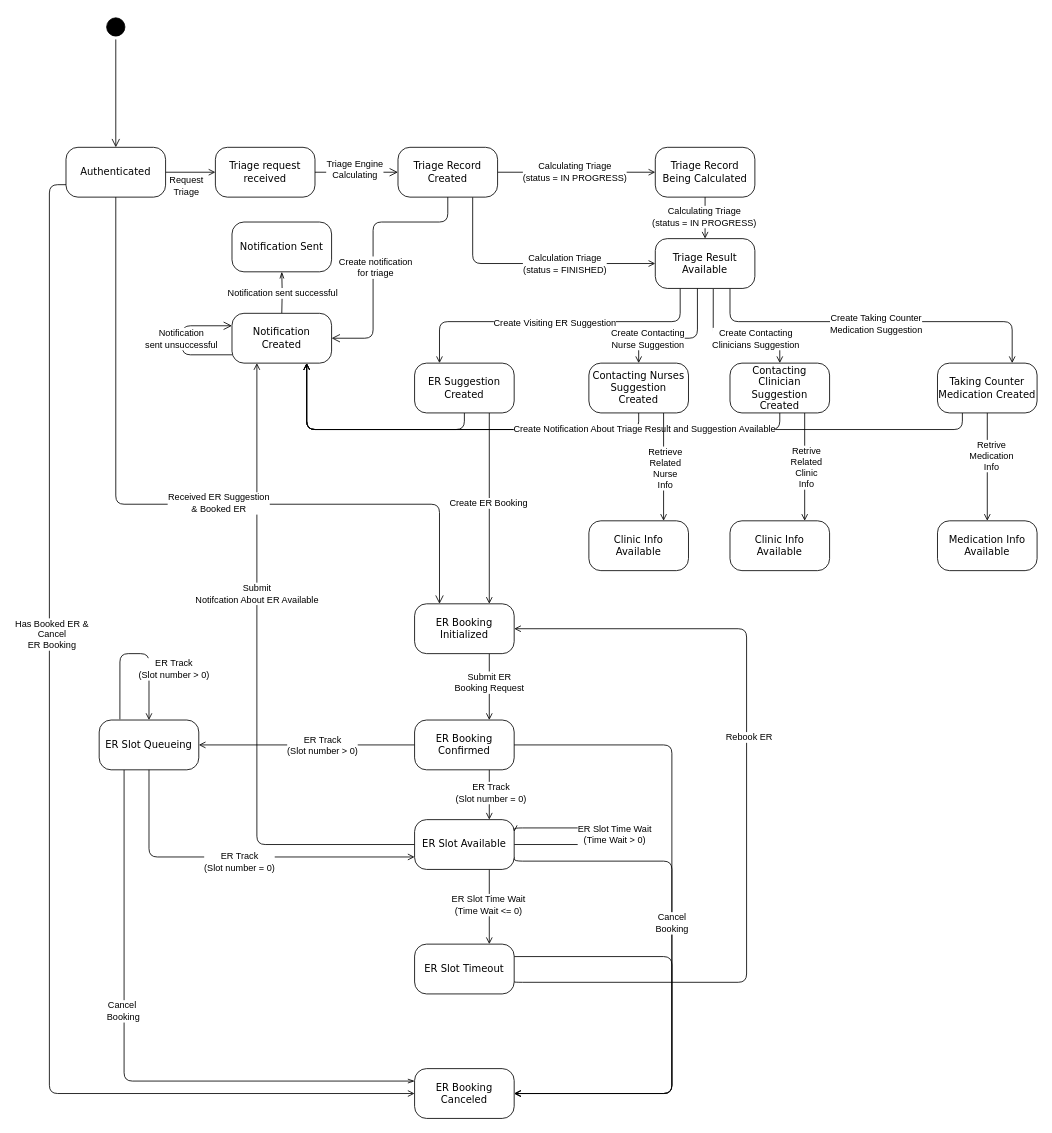
Earlier version of the draw.io diagram Diagrams/state_diagram_health_svc.drawio (uvic-teach/project-m1-team8). Source tidied: cells renumbered, new cells numbered last; positions are measured from the earlier drawing's top-left corner, leaving out a move shared by most shapes. Both pictures are drawn from the tidied source at 83%, with x=0, y=0 at pixel (66, 14).
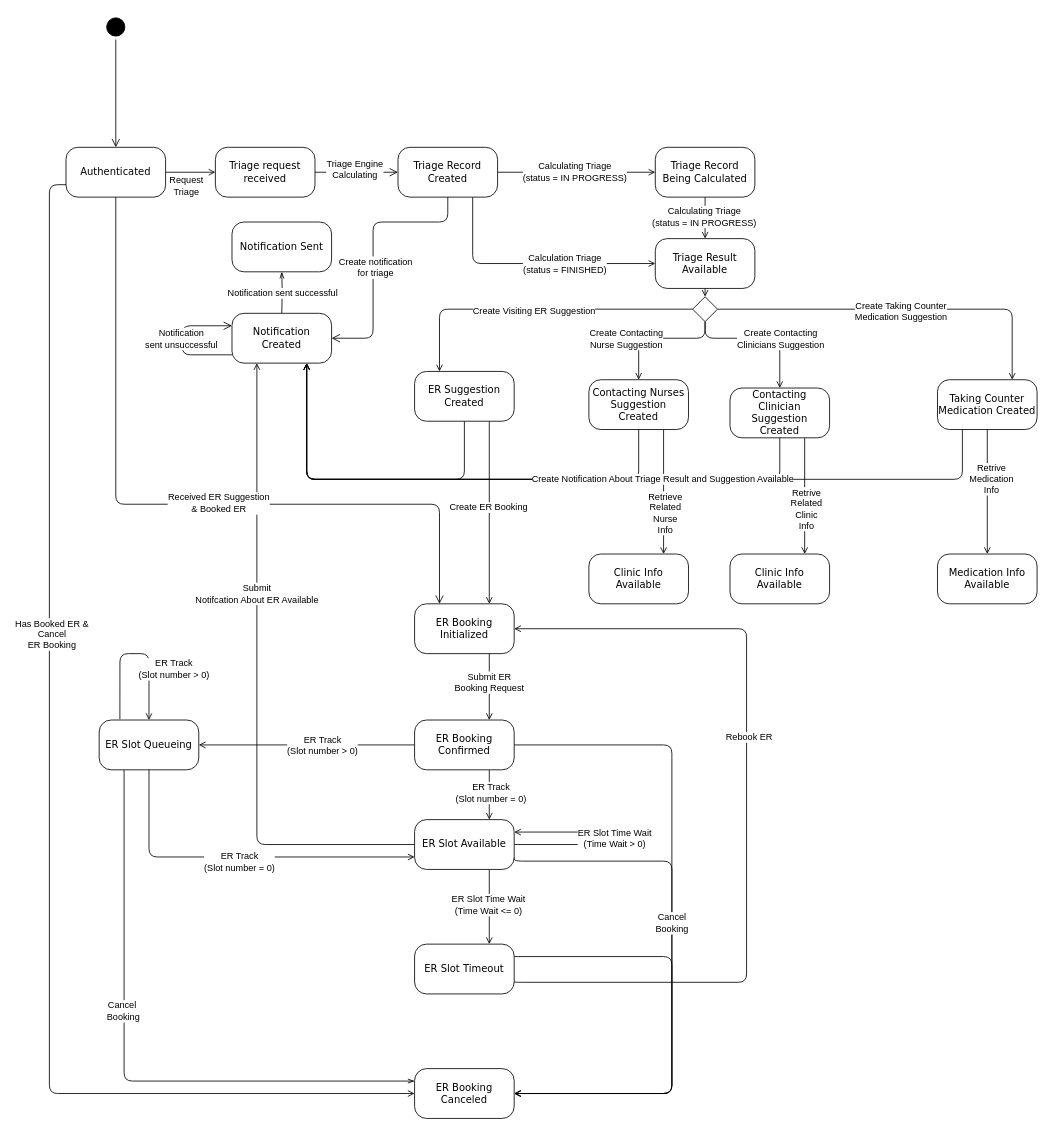
The same page after the edit.

Unchanged cells that the change refers to:
```xml
<mxCell id="5" value="Notification Created" style="rounded=1;whiteSpace=wrap;html=1;arcSize=24;shadow=0;comic=0;labelBackgroundColor=none;fontFamily=Verdana;fontSize=12;align=center;" parent="1" vertex="1">
  <mxGeometry x="200" y="360" width="120" height="60" as="geometry" />
</mxCell>
<mxCell id="20" value="&lt;div&gt;Triage Result&lt;/div&gt;&lt;div&gt;Available&lt;br&gt;&lt;/div&gt;" style="rounded=1;whiteSpace=wrap;html=1;arcSize=24;shadow=0;comic=0;labelBackgroundColor=none;fontFamily=Verdana;fontSize=12;align=center;" parent="1" vertex="1">
  <mxGeometry x="710" y="270" width="120" height="60" as="geometry" />
</mxCell>
<mxCell id="36" style="edgeStyle=orthogonalEdgeStyle;rounded=1;jettySize=auto;html=1;exitX=0.75;exitY=1;exitDx=0;exitDy=0;entryX=0.75;entryY=0;entryDx=0;entryDy=0;endArrow=open;endFill=0;" parent="1" edge="1" source="38" target="49">
  <mxGeometry relative="1" as="geometry" />
</mxCell>
<mxCell id="43" style="edgeStyle=orthogonalEdgeStyle;rounded=1;jettySize=auto;html=1;exitX=0.75;exitY=1;exitDx=0;exitDy=0;entryX=0.75;entryY=0;entryDx=0;entryDy=0;endArrow=open;endFill=0;" parent="1" edge="1" source="45" target="50">
  <mxGeometry relative="1" as="geometry" />
</mxCell>
<mxCell id="66" value="ER Slot Available" style="rounded=1;whiteSpace=wrap;html=1;arcSize=24;shadow=0;comic=0;labelBackgroundColor=none;fontFamily=Verdana;fontSize=12;align=center;" parent="1" vertex="1">
  <mxGeometry x="420" y="970" width="120" height="60" as="geometry" />
</mxCell>
```

Change to the diagram source:
```diff
@@
-    <mxCell id="12" style="edgeStyle=orthogonalEdgeStyle;rounded=1;jettySize=auto;html=1;exitX=0.25;exitY=1;exitDx=0;exitDy=0;entryX=0.25;entryY=0;entryDx=0;entryDy=0;endArrow=open;endFill=0;" parent="1" edge="1" source="20" target="34">
+    <mxCell id="12" style="edgeStyle=orthogonalEdgeStyle;rounded=1;jettySize=auto;html=1;exitX=0;exitY=0.5;exitDx=0;exitDy=0;entryX=0.25;entryY=0;entryDx=0;entryDy=0;endArrow=open;endFill=0;" parent="1" edge="1" source="90" target="34">
       <mxGeometry relative="1" as="geometry">
         <Array as="points">
-          <mxPoint x="740" y="370" />
-          <mxPoint x="450" y="370" />
+          <mxPoint x="450" y="355" />
         </Array>
       </mxGeometry>
     </mxCell>
@@
-    <mxCell id="14" style="edgeStyle=orthogonalEdgeStyle;rounded=1;jettySize=auto;html=1;exitX=0.582;exitY=1.01;exitDx=0;exitDy=0;entryX=0.5;entryY=0;entryDx=0;entryDy=0;endArrow=open;endFill=0;exitPerimeter=0;" parent="1" edge="1" source="20" target="38">
+    <mxCell id="14" style="edgeStyle=orthogonalEdgeStyle;rounded=1;jettySize=auto;html=1;exitX=0.5;exitY=1;exitDx=0;exitDy=0;entryX=0.5;entryY=0;entryDx=0;entryDy=0;endArrow=open;endFill=0;" parent="1" edge="1" source="90" target="38">
       <mxGeometry relative="1" as="geometry">
         <Array as="points">
-          <mxPoint x="780" y="390" />
+          <mxPoint x="770" y="390" />
           <mxPoint x="860" y="390" />
         </Array>
       </mxGeometry>
     </mxCell>
@@
-    <mxCell id="16" style="edgeStyle=orthogonalEdgeStyle;rounded=1;jettySize=auto;html=1;exitX=0.75;exitY=1;exitDx=0;exitDy=0;entryX=0.75;entryY=0;entryDx=0;entryDy=0;endArrow=open;endFill=0;" parent="1" edge="1" source="20" target="40">
+    <mxCell id="16" style="edgeStyle=orthogonalEdgeStyle;rounded=1;jettySize=auto;html=1;exitX=1;exitY=0.5;exitDx=0;exitDy=0;entryX=0.75;entryY=0;entryDx=0;entryDy=0;endArrow=open;endFill=0;" parent="1" edge="1" source="90" target="40">
       <mxGeometry relative="1" as="geometry">
         <Array as="points">
-          <mxPoint x="800" y="370" />
-          <mxPoint x="1140" y="370" />
+          <mxPoint x="1140" y="355" />
         </Array>
       </mxGeometry>
     </mxCell>
@@
-    <mxCell id="18" style="edgeStyle=orthogonalEdgeStyle;rounded=1;jettySize=auto;html=1;exitX=0.423;exitY=0.979;exitDx=0;exitDy=0;entryX=0.5;entryY=0;entryDx=0;entryDy=0;endArrow=open;endFill=0;exitPerimeter=0;" parent="1" edge="1" source="20" target="45">
+    <mxCell id="18" style="edgeStyle=orthogonalEdgeStyle;rounded=1;jettySize=auto;html=1;exitX=0.5;exitY=1;exitDx=0;exitDy=0;entryX=0.5;entryY=0;entryDx=0;entryDy=0;endArrow=open;endFill=0;" parent="1" edge="1" source="90" target="45">
       <mxGeometry relative="1" as="geometry">
         <Array as="points">
-          <mxPoint x="761" y="390" />
+          <mxPoint x="770" y="390" />
           <mxPoint x="690" y="390" />
         </Array>
       </mxGeometry>
     </mxCell>
@@
     <mxCell id="31" style="edgeStyle=orthogonalEdgeStyle;rounded=1;jettySize=auto;html=1;exitX=0.5;exitY=1;exitDx=0;exitDy=0;endArrow=open;endFill=0;" parent="1" edge="1" source="34">
       <mxGeometry relative="1" as="geometry">
         <mxPoint x="290" y="420" as="targetPoint" />
         <Array as="points">
-          <mxPoint x="480" y="500" />
-          <mxPoint x="290" y="500" />
+          <mxPoint x="480" y="560" />
+          <mxPoint x="290" y="560" />
         </Array>
       </mxGeometry>
     </mxCell>
@@
     <mxCell id="34" value="&lt;div&gt;ER Suggestion&lt;/div&gt;&lt;div&gt;Created&lt;br&gt;&lt;/div&gt;" style="rounded=1;whiteSpace=wrap;html=1;arcSize=24;shadow=0;comic=0;labelBackgroundColor=none;fontFamily=Verdana;fontSize=12;align=center;" parent="1" vertex="1">
-      <mxGeometry x="420" y="420" width="120" height="60" as="geometry" />
+      <mxGeometry x="420" y="430" width="120" height="60" as="geometry" />
     </mxCell>
-    <mxCell id="35" style="edgeStyle=orthogonalEdgeStyle;rounded=1;jettySize=auto;html=1;exitX=0.5;exitY=1;exitDx=0;exitDy=0;endArrow=open;endFill=0;" parent="1" edge="1" source="38">
-      <mxGeometry relative="1" as="geometry">
-        <mxPoint x="290" y="420" as="targetPoint" />
-        <Array as="points">
-          <mxPoint x="860" y="500" />
-          <mxPoint x="290" y="500" />
-        </Array>
-      </mxGeometry>
-    </mxCell>
@@
     <mxCell id="37" value="&lt;div&gt;Retrive&lt;/div&gt;&lt;div&gt;Related&lt;/div&gt;&lt;div&gt;Clinic&lt;/div&gt;&lt;div&gt;Info&lt;/div&gt;" style="edgeLabel;html=1;align=center;verticalAlign=middle;" parent="36" vertex="1">
       <mxGeometry x="-0.26" y="1" relative="1" as="geometry">
-        <mxPoint y="17" as="offset" />
+        <mxPoint y="33" as="offset" />
       </mxGeometry>
     </mxCell>
     <mxCell id="38" value="&lt;div&gt;Contacting Clinician Suggestion&lt;/div&gt;&lt;div&gt;Created&lt;br&gt;&lt;/div&gt;" style="rounded=1;whiteSpace=wrap;html=1;arcSize=24;shadow=0;comic=0;labelBackgroundColor=none;fontFamily=Verdana;fontSize=12;align=center;" parent="1" vertex="1">
-      <mxGeometry x="800" y="420" width="120" height="60" as="geometry" />
+      <mxGeometry x="800" y="450" width="120" height="60" as="geometry" />
     </mxCell>
-    <mxCell id="39" style="edgeStyle=orthogonalEdgeStyle;rounded=1;jettySize=auto;html=1;exitX=0.25;exitY=1;exitDx=0;exitDy=0;entryX=0.75;entryY=1;entryDx=0;entryDy=0;endArrow=open;endFill=0;" parent="1" edge="1" source="40" target="5">
-      <mxGeometry relative="1" as="geometry" />
-    </mxCell>
     <mxCell id="40" value="Taking Counter Medication Created" style="rounded=1;whiteSpace=wrap;html=1;arcSize=24;shadow=0;comic=0;labelBackgroundColor=none;fontFamily=Verdana;fontSize=12;align=center;" parent="1" vertex="1">
-      <mxGeometry x="1050" y="420" width="120" height="60" as="geometry" />
+      <mxGeometry x="1050" y="440" width="120" height="60" as="geometry" />
     </mxCell>
-    <mxCell id="41" style="edgeStyle=orthogonalEdgeStyle;rounded=1;jettySize=auto;html=1;exitX=0.5;exitY=1;exitDx=0;exitDy=0;endArrow=open;endFill=0;entryX=0.75;entryY=1;entryDx=0;entryDy=0;" parent="1" edge="1" source="45" target="5">
-      <mxGeometry relative="1" as="geometry" />
-    </mxCell>
-    <mxCell id="42" value="Create Notification About Triage Result and Suggestion Available" style="edgeLabel;html=1;align=center;verticalAlign=middle;" parent="41" vertex="1">
-      <mxGeometry x="-0.63" y="2" relative="1" as="geometry">
-        <mxPoint x="79" y="-3" as="offset" />
-      </mxGeometry>
-    </mxCell>
@@
     <mxCell id="44" value="&lt;div&gt;Retrieve&lt;/div&gt;&lt;div&gt;Related&lt;/div&gt;&lt;div&gt;Nurse&lt;/div&gt;&lt;div&gt;Info&lt;br&gt;&lt;/div&gt;" style="edgeLabel;html=1;align=center;verticalAlign=middle;" parent="43" vertex="1">
       <mxGeometry x="-0.12" y="1" relative="1" as="geometry">
-        <mxPoint y="9" as="offset" />
+        <mxPoint y="34" as="offset" />
       </mxGeometry>
     </mxCell>
     <mxCell id="45" value="&lt;div&gt;Contacting Nurses Suggestion&lt;/div&gt;&lt;div&gt;Created&lt;br&gt;&lt;/div&gt;" style="rounded=1;whiteSpace=wrap;html=1;arcSize=24;shadow=0;comic=0;labelBackgroundColor=none;fontFamily=Verdana;fontSize=12;align=center;" parent="1" vertex="1">
-      <mxGeometry x="630" y="420" width="120" height="60" as="geometry" />
+      <mxGeometry x="630" y="440" width="120" height="60" as="geometry" />
     </mxCell>
     <mxCell id="46" value="&lt;div&gt;Medication Info&lt;/div&gt;&lt;div&gt;Available&lt;br&gt;&lt;/div&gt;" style="rounded=1;whiteSpace=wrap;html=1;arcSize=24;shadow=0;comic=0;labelBackgroundColor=none;fontFamily=Verdana;fontSize=12;align=center;" parent="1" vertex="1">
-      <mxGeometry x="1050" y="610" width="120" height="60" as="geometry" />
+      <mxGeometry x="1050" y="650" width="120" height="60" as="geometry" />
     </mxCell>
@@
     <mxCell id="49" value="&lt;div&gt;Clinic Info&lt;/div&gt;&lt;div&gt;Available&lt;br&gt;&lt;/div&gt;" style="rounded=1;whiteSpace=wrap;html=1;arcSize=24;shadow=0;comic=0;labelBackgroundColor=none;fontFamily=Verdana;fontSize=12;align=center;" parent="1" vertex="1">
-      <mxGeometry x="800" y="610" width="120" height="60" as="geometry" />
+      <mxGeometry x="800" y="650" width="120" height="60" as="geometry" />
     </mxCell>
     <mxCell id="50" value="&lt;div&gt;Clinic Info&lt;/div&gt;&lt;div&gt;Available&lt;br&gt;&lt;/div&gt;" style="rounded=1;whiteSpace=wrap;html=1;arcSize=24;shadow=0;comic=0;labelBackgroundColor=none;fontFamily=Verdana;fontSize=12;align=center;" parent="1" vertex="1">
-      <mxGeometry x="630" y="610" width="120" height="60" as="geometry" />
+      <mxGeometry x="630" y="650" width="120" height="60" as="geometry" />
     </mxCell>
@@
-    <mxCell id="63" style="edgeStyle=orthogonalEdgeStyle;rounded=1;orthogonalLoop=1;jettySize=auto;html=1;exitX=1;exitY=0.5;exitDx=0;exitDy=0;entryX=1;entryY=0.25;entryDx=0;entryDy=0;endArrow=open;endFill=0;" parent="1" edge="1" source="66" target="66">
+    <mxCell id="63" style="edgeStyle=orthogonalEdgeStyle;rounded=1;orthogonalLoop=1;jettySize=auto;html=1;exitX=1;exitY=0.5;exitDx=0;exitDy=0;endArrow=open;endFill=0;entryX=1;entryY=0.25;entryDx=0;entryDy=0;" parent="1" edge="1" source="66" target="66">
       <mxGeometry relative="1" as="geometry">
         <Array as="points">
           <mxPoint x="640" y="1000" />
-          <mxPoint x="640" y="980" />
-          <mxPoint x="540" y="980" />
+          <mxPoint x="640" y="985" />
         </Array>
       </mxGeometry>
     </mxCell>
@@
+    <mxCell id="39" style="edgeStyle=orthogonalEdgeStyle;rounded=1;jettySize=auto;html=1;exitX=0.25;exitY=1;exitDx=0;exitDy=0;entryX=0.75;entryY=1;entryDx=0;entryDy=0;endArrow=open;endFill=0;" parent="1" edge="1" source="40" target="5">
+      <mxGeometry relative="1" as="geometry">
+        <Array as="points">
+          <mxPoint x="1080" y="560" />
+          <mxPoint x="290" y="560" />
+        </Array>
+      </mxGeometry>
+    </mxCell>
+    <mxCell id="35" style="edgeStyle=orthogonalEdgeStyle;rounded=1;jettySize=auto;html=1;exitX=0.5;exitY=1;exitDx=0;exitDy=0;endArrow=open;endFill=0;" parent="1" edge="1" source="38">
+      <mxGeometry relative="1" as="geometry">
+        <mxPoint x="290" y="420" as="targetPoint" />
+        <Array as="points">
+          <mxPoint x="860" y="560" />
+          <mxPoint x="290" y="560" />
+        </Array>
+      </mxGeometry>
+    </mxCell>
+    <mxCell id="41" style="edgeStyle=orthogonalEdgeStyle;rounded=1;jettySize=auto;html=1;exitX=0.5;exitY=1;exitDx=0;exitDy=0;endArrow=open;endFill=0;entryX=0.75;entryY=1;entryDx=0;entryDy=0;" parent="1" edge="1" source="45" target="5">
+      <mxGeometry relative="1" as="geometry">
+        <Array as="points">
+          <mxPoint x="690" y="560" />
+          <mxPoint x="290" y="560" />
+        </Array>
+      </mxGeometry>
+    </mxCell>
+    <mxCell id="42" value="Create Notification About Triage Result and Suggestion Available" style="edgeLabel;html=1;align=center;verticalAlign=middle;" parent="41" vertex="1">
+      <mxGeometry x="-0.63" y="2" relative="1" as="geometry">
+        <mxPoint x="79" y="-3" as="offset" />
+      </mxGeometry>
+    </mxCell>
+    <mxCell id="89" style="edgeStyle=orthogonalEdgeStyle;rounded=0;jettySize=auto;html=1;exitX=0.5;exitY=0;exitDx=0;exitDy=0;entryX=0.5;entryY=1;entryDx=0;entryDy=0;endArrow=none;endFill=0;startArrow=open;startFill=0;" parent="1" edge="1" source="90" target="20">
+      <mxGeometry relative="1" as="geometry" />
+    </mxCell>
+    <mxCell id="90" style="rhombus;whiteSpace=wrap;html=1;" parent="1" vertex="1">
+      <mxGeometry x="755" y="340" width="30" height="30" as="geometry" />
+    </mxCell>
```
